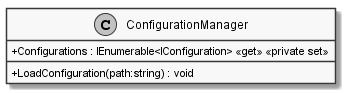
insightmind/MORR keeps this PlantUML diagram as documents/sd/resources/Classes/Core/MORR/ConfigurationManager.png. Above is the earlier version.
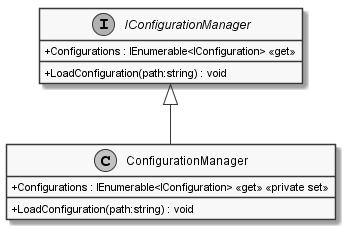
After the change.

Change to the diagram source:
```diff
@@ -7,4 +7,10 @@
     + Configurations : IEnumerable<IConfiguration> <<get>> <<private set>>
 }
 
+interface IConfigurationManager {
+    + LoadConfiguration(path:string) : void
+    + Configurations : IEnumerable<IConfiguration> <<get>>
+}
+
+IConfigurationManager <|-- ConfigurationManager
 @enduml
```
